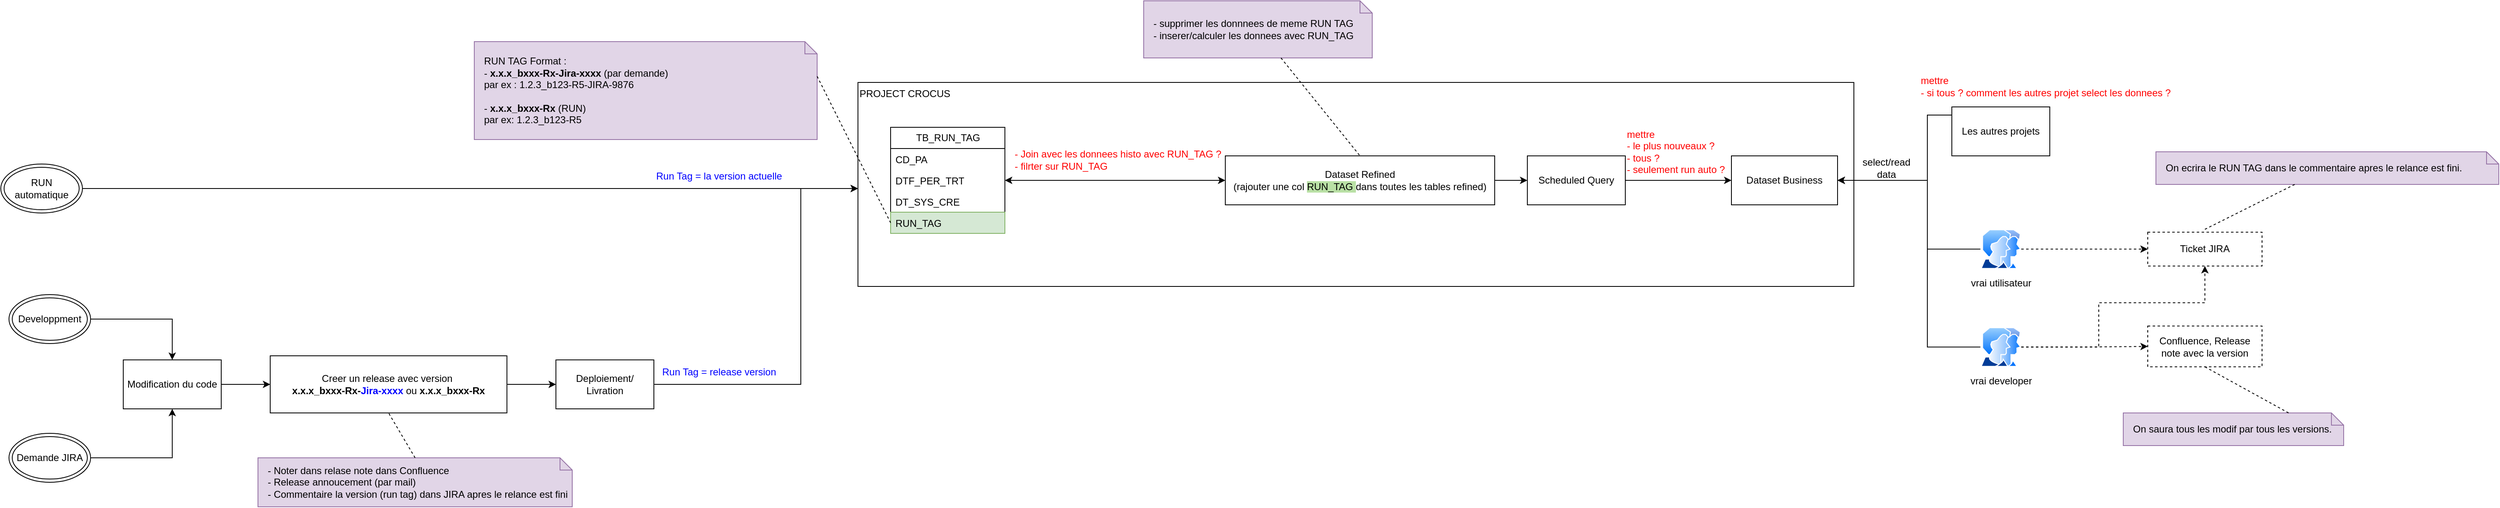
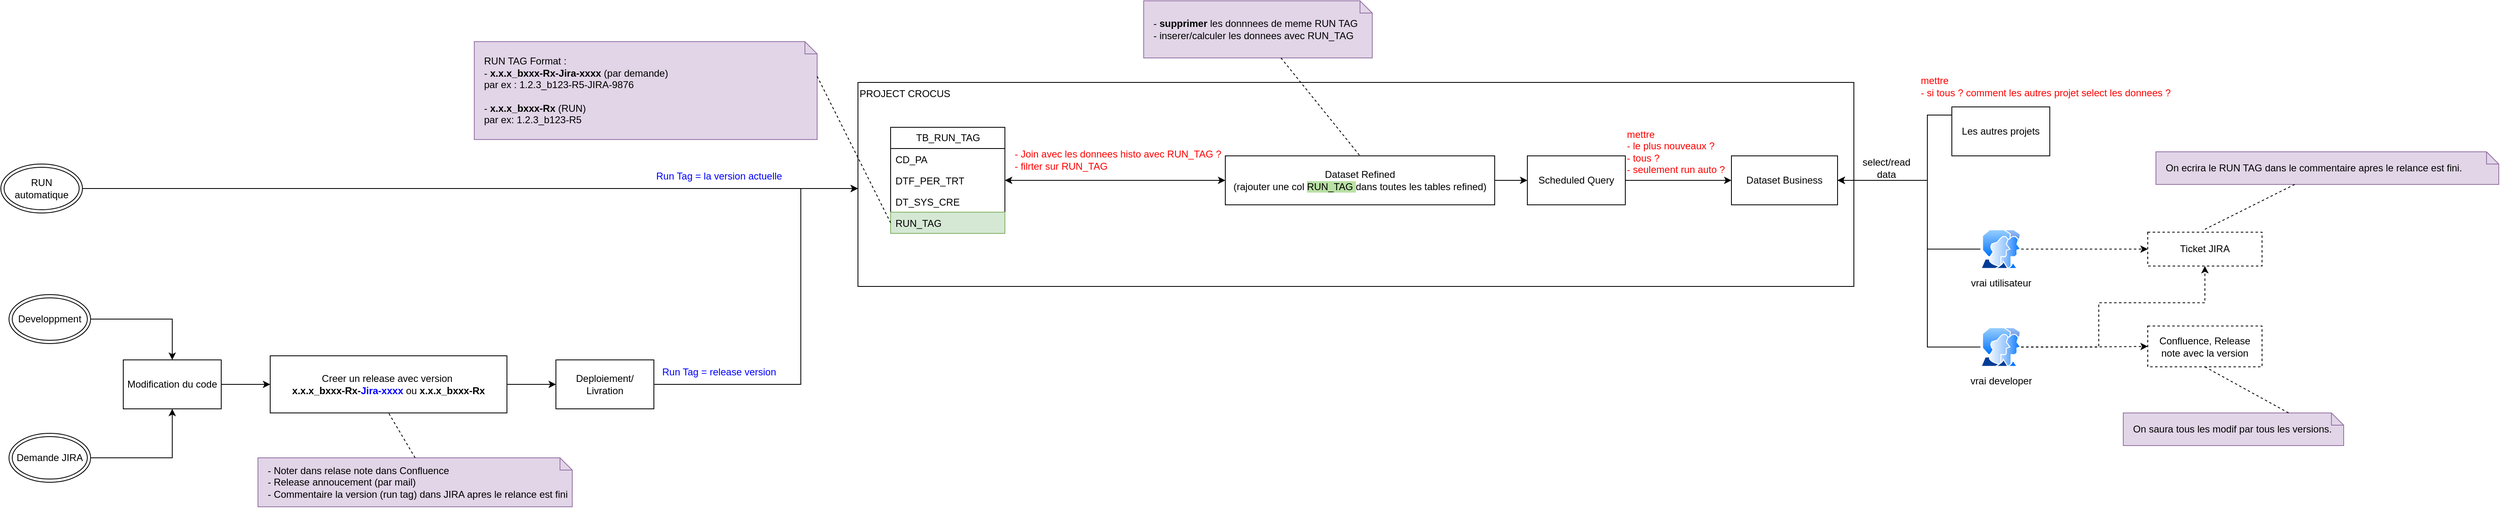
<mxfile host="app.diagrams.net">
  <diagram name="Page-1" id="bEAYSmEDHXBXhFzCy1HB">
    <mxGraphModel dx="2873" dy="1106" grid="1" gridSize="10" guides="1" tooltips="1" connect="1" arrows="1" fold="1" page="1" pageScale="1" pageWidth="827" pageHeight="1169" math="0" shadow="0">
      <root>
        <mxCell id="0" />
        <mxCell id="1" parent="0" />
        <mxCell id="QUzsFoNl6aFI_2ed8XXq-13" parent="1" style="rounded=0;whiteSpace=wrap;html=1;align=left;verticalAlign=top;" value="PROJECT CROCUS" vertex="1">
          <mxGeometry height="250" width="1220" x="380" y="140" as="geometry" />
        </mxCell>
        <mxCell id="QUzsFoNl6aFI_2ed8XXq-1" parent="1" style="swimlane;fontStyle=0;childLayout=stackLayout;horizontal=1;startSize=26;fillColor=none;horizontalStack=0;resizeParent=1;resizeParentMax=0;resizeLast=0;collapsible=1;marginBottom=0;html=1;" value="TB_RUN_TAG" vertex="1">
          <mxGeometry height="130" width="140" x="420" y="195" as="geometry" />
        </mxCell>
        <mxCell id="QUzsFoNl6aFI_2ed8XXq-2" parent="QUzsFoNl6aFI_2ed8XXq-1" style="text;strokeColor=none;fillColor=none;align=left;verticalAlign=top;spacingLeft=4;spacingRight=4;overflow=hidden;rotatable=0;points=[[0,0.5],[1,0.5]];portConstraint=eastwest;whiteSpace=wrap;html=1;" value="CD_PA" vertex="1">
          <mxGeometry height="26" width="140" y="26" as="geometry" />
        </mxCell>
        <mxCell id="QUzsFoNl6aFI_2ed8XXq-3" parent="QUzsFoNl6aFI_2ed8XXq-1" style="text;strokeColor=none;fillColor=none;align=left;verticalAlign=top;spacingLeft=4;spacingRight=4;overflow=hidden;rotatable=0;points=[[0,0.5],[1,0.5]];portConstraint=eastwest;whiteSpace=wrap;html=1;" value="DTF_PER_TRT" vertex="1">
          <mxGeometry height="26" width="140" y="52" as="geometry" />
        </mxCell>
        <mxCell id="QUzsFoNl6aFI_2ed8XXq-4" parent="QUzsFoNl6aFI_2ed8XXq-1" style="text;strokeColor=none;fillColor=none;align=left;verticalAlign=top;spacingLeft=4;spacingRight=4;overflow=hidden;rotatable=0;points=[[0,0.5],[1,0.5]];portConstraint=eastwest;whiteSpace=wrap;html=1;" value="DT_SYS_CRE" vertex="1">
          <mxGeometry height="26" width="140" y="78" as="geometry" />
        </mxCell>
        <mxCell id="QUzsFoNl6aFI_2ed8XXq-5" parent="QUzsFoNl6aFI_2ed8XXq-1" style="text;strokeColor=#82b366;fillColor=#d5e8d4;align=left;verticalAlign=top;spacingLeft=4;spacingRight=4;overflow=hidden;rotatable=0;points=[[0,0.5],[1,0.5]];portConstraint=eastwest;whiteSpace=wrap;html=1;" value="RUN_TAG" vertex="1">
          <mxGeometry height="26" width="140" y="104" as="geometry" />
        </mxCell>
        <mxCell id="QUzsFoNl6aFI_2ed8XXq-7" parent="1" style="shape=note;size=15;align=left;spacingLeft=10;html=1;whiteSpace=wrap;fillColor=#e1d5e7;strokeColor=#9673a6;" value="RUN TAG Format :&amp;nbsp;&lt;div&gt;- &lt;b&gt;x.x.x_bxxx-Rx-Jira-xxxx&lt;/b&gt; (par demande)&amp;nbsp;&lt;/div&gt;&lt;div&gt;par ex : 1.2.3_b123-R5-JIRA-9876&lt;/div&gt;&lt;div&gt;&lt;br&gt;&lt;/div&gt;&lt;div&gt;-&lt;b&gt; x.x.x_bxxx-Rx&lt;/b&gt; (RUN)&lt;/div&gt;&lt;div&gt;&lt;span style=&quot;background-color: transparent; color: light-dark(rgb(0, 0, 0), rgb(255, 255, 255));&quot;&gt;par ex: 1.2.3_b123-R5&lt;/span&gt;&lt;/div&gt;" vertex="1">
          <mxGeometry height="120" width="420" x="-90" y="90" as="geometry" />
        </mxCell>
        <mxCell id="QUzsFoNl6aFI_2ed8XXq-8" edge="1" parent="1" source="QUzsFoNl6aFI_2ed8XXq-7" style="edgeStyle=none;endArrow=none;exitX=0;exitY=0;dashed=1;html=1;rounded=0;entryX=0;entryY=0.5;entryDx=0;entryDy=0;exitDx=420;exitDy=42.5;exitPerimeter=0;" target="QUzsFoNl6aFI_2ed8XXq-5" value="">
          <mxGeometry relative="1" x="1" as="geometry">
            <mxPoint x="590" y="660" as="targetPoint" />
          </mxGeometry>
        </mxCell>
        <mxCell id="QUzsFoNl6aFI_2ed8XXq-10" parent="1" style="rounded=0;whiteSpace=wrap;html=1;dashed=1;" value="Confluence, Release note avec la v&lt;span style=&quot;background-color: transparent; color: light-dark(rgb(0, 0, 0), rgb(255, 255, 255));&quot;&gt;ersion&lt;/span&gt;" vertex="1">
          <mxGeometry height="50" width="140" x="1960" y="438.5" as="geometry" />
        </mxCell>
        <mxCell id="QUzsFoNl6aFI_2ed8XXq-11" parent="1" style="rounded=0;whiteSpace=wrap;html=1;dashed=1;" value="Ticket JIRA" vertex="1">
          <mxGeometry height="41.5" width="140" x="1960" y="323.5" as="geometry" />
        </mxCell>
        <mxCell id="QUzsFoNl6aFI_2ed8XXq-42" edge="1" parent="1" source="QUzsFoNl6aFI_2ed8XXq-12" style="edgeStyle=orthogonalEdgeStyle;rounded=0;orthogonalLoop=1;jettySize=auto;html=1;entryX=1;entryY=0.5;entryDx=0;entryDy=0;startArrow=classic;startFill=1;" target="QUzsFoNl6aFI_2ed8XXq-3">
          <mxGeometry relative="1" as="geometry" />
        </mxCell>
        <mxCell id="QUzsFoNl6aFI_2ed8XXq-50" edge="1" parent="1" source="QUzsFoNl6aFI_2ed8XXq-12" style="edgeStyle=orthogonalEdgeStyle;rounded=0;orthogonalLoop=1;jettySize=auto;html=1;" target="QUzsFoNl6aFI_2ed8XXq-46">
          <mxGeometry relative="1" as="geometry">
            <Array as="points" />
          </mxGeometry>
        </mxCell>
        <mxCell id="QUzsFoNl6aFI_2ed8XXq-12" parent="1" style="rounded=0;whiteSpace=wrap;html=1;" value="Dataset Refined&lt;div&gt;(rajouter une col &lt;span style=&quot;background-color: rgb(185, 224, 165);&quot;&gt;RUN_TAG &lt;/span&gt;dans toutes les tables refined)&lt;/div&gt;" vertex="1">
          <mxGeometry height="60" width="330" x="830" y="230" as="geometry" />
        </mxCell>
        <mxCell id="QUzsFoNl6aFI_2ed8XXq-27" edge="1" parent="1" source="QUzsFoNl6aFI_2ed8XXq-33" style="edgeStyle=orthogonalEdgeStyle;rounded=0;orthogonalLoop=1;jettySize=auto;html=1;entryX=0.5;entryY=0;entryDx=0;entryDy=0;" target="QUzsFoNl6aFI_2ed8XXq-23">
          <mxGeometry relative="1" as="geometry">
            <mxPoint x="-760" y="325" as="sourcePoint" />
          </mxGeometry>
        </mxCell>
        <mxCell id="QUzsFoNl6aFI_2ed8XXq-29" edge="1" parent="1" source="QUzsFoNl6aFI_2ed8XXq-34" style="edgeStyle=orthogonalEdgeStyle;rounded=0;orthogonalLoop=1;jettySize=auto;html=1;entryX=0.5;entryY=1;entryDx=0;entryDy=0;" target="QUzsFoNl6aFI_2ed8XXq-23">
          <mxGeometry relative="1" as="geometry">
            <mxPoint x="-820" y="785" as="sourcePoint" />
          </mxGeometry>
        </mxCell>
        <mxCell id="QUzsFoNl6aFI_2ed8XXq-19" parent="1" style="text;html=1;whiteSpace=wrap;strokeColor=none;fillColor=none;align=center;verticalAlign=middle;rounded=0;fontColor=#0000FF;" value="Run Tag = la version actuelle" vertex="1">
          <mxGeometry height="30" width="200" x="110" y="240" as="geometry" />
        </mxCell>
        <mxCell id="QUzsFoNl6aFI_2ed8XXq-28" edge="1" parent="1" source="QUzsFoNl6aFI_2ed8XXq-23" style="edgeStyle=orthogonalEdgeStyle;rounded=0;orthogonalLoop=1;jettySize=auto;html=1;" target="QUzsFoNl6aFI_2ed8XXq-25">
          <mxGeometry relative="1" as="geometry" />
        </mxCell>
        <mxCell id="QUzsFoNl6aFI_2ed8XXq-23" parent="1" style="rounded=0;whiteSpace=wrap;html=1;" value="Modification du code" vertex="1">
          <mxGeometry height="60" width="120" x="-520" y="480" as="geometry" />
        </mxCell>
        <mxCell id="QUzsFoNl6aFI_2ed8XXq-31" edge="1" parent="1" source="QUzsFoNl6aFI_2ed8XXq-24" style="edgeStyle=orthogonalEdgeStyle;rounded=0;orthogonalLoop=1;jettySize=auto;html=1;" target="QUzsFoNl6aFI_2ed8XXq-13">
          <mxGeometry relative="1" as="geometry">
            <Array as="points">
              <mxPoint x="310" y="510" />
              <mxPoint x="310" y="270" />
            </Array>
          </mxGeometry>
        </mxCell>
        <mxCell id="QUzsFoNl6aFI_2ed8XXq-24" parent="1" style="rounded=0;whiteSpace=wrap;html=1;" value="Deploiement/ Livration" vertex="1">
          <mxGeometry height="60" width="120" x="10" y="480" as="geometry" />
        </mxCell>
        <mxCell id="QUzsFoNl6aFI_2ed8XXq-30" edge="1" parent="1" source="QUzsFoNl6aFI_2ed8XXq-25" style="edgeStyle=orthogonalEdgeStyle;rounded=0;orthogonalLoop=1;jettySize=auto;html=1;entryX=0;entryY=0.5;entryDx=0;entryDy=0;" target="QUzsFoNl6aFI_2ed8XXq-24">
          <mxGeometry relative="1" as="geometry" />
        </mxCell>
        <mxCell id="QUzsFoNl6aFI_2ed8XXq-25" parent="1" style="rounded=0;whiteSpace=wrap;html=1;" value="Creer un release avec version&amp;nbsp;&lt;div&gt;&lt;span style=&quot;text-align: left;&quot;&gt;&lt;b&gt;x.x.x_bxxx-Rx-&lt;font style=&quot;color: rgb(0, 0, 255);&quot;&gt;Jira-xxxx&lt;/font&gt;&lt;/b&gt; ou&amp;nbsp;&lt;/span&gt;&lt;span style=&quot;text-align: left;&quot;&gt;&lt;b&gt;x.x.x_bxxx-Rx&lt;/b&gt;&lt;/span&gt;&lt;/div&gt;" vertex="1">
          <mxGeometry height="70" width="290" x="-340" y="475" as="geometry" />
        </mxCell>
        <mxCell id="QUzsFoNl6aFI_2ed8XXq-33" parent="1" style="ellipse;shape=doubleEllipse;whiteSpace=wrap;html=1;" value="Developpment" vertex="1">
          <mxGeometry height="60" width="100" x="-660" y="400" as="geometry" />
        </mxCell>
        <mxCell id="QUzsFoNl6aFI_2ed8XXq-34" parent="1" style="ellipse;shape=doubleEllipse;whiteSpace=wrap;html=1;" value="Demande JIRA" vertex="1">
          <mxGeometry height="60" width="100" x="-660" y="570" as="geometry" />
        </mxCell>
        <mxCell id="QUzsFoNl6aFI_2ed8XXq-36" edge="1" parent="1" source="QUzsFoNl6aFI_2ed8XXq-35" style="edgeStyle=orthogonalEdgeStyle;rounded=0;orthogonalLoop=1;jettySize=auto;html=1;" target="QUzsFoNl6aFI_2ed8XXq-13">
          <mxGeometry relative="1" as="geometry">
            <Array as="points">
              <mxPoint x="40" y="270" />
              <mxPoint x="40" y="270" />
            </Array>
          </mxGeometry>
        </mxCell>
        <mxCell id="QUzsFoNl6aFI_2ed8XXq-35" parent="1" style="ellipse;shape=doubleEllipse;whiteSpace=wrap;html=1;" value="RUN automatique" vertex="1">
          <mxGeometry height="60" width="100" x="-670" y="240" as="geometry" />
        </mxCell>
        <mxCell id="QUzsFoNl6aFI_2ed8XXq-37" parent="1" style="text;html=1;whiteSpace=wrap;strokeColor=none;fillColor=none;align=center;verticalAlign=middle;rounded=0;fontColor=#0000FF;" value="Run Tag = release version" vertex="1">
          <mxGeometry height="30" width="200" x="110" y="480" as="geometry" />
        </mxCell>
        <mxCell id="QUzsFoNl6aFI_2ed8XXq-38" parent="1" style="shape=note;size=15;align=left;spacingLeft=10;html=1;whiteSpace=wrap;fillColor=#e1d5e7;strokeColor=#9673a6;" value="- Noter dans relase note dans Confluence&lt;div&gt;- Release annoucement (par mail)&lt;/div&gt;&lt;div&gt;- Commentaire la version (run tag) dans JIRA apres le relance est fini&lt;/div&gt;" vertex="1">
          <mxGeometry height="60" width="385" x="-355" y="600" as="geometry" />
        </mxCell>
        <mxCell id="QUzsFoNl6aFI_2ed8XXq-39" edge="1" parent="1" source="QUzsFoNl6aFI_2ed8XXq-38" style="edgeStyle=none;endArrow=none;exitX=0.5;exitY=0;dashed=1;html=1;rounded=0;entryX=0.5;entryY=1;entryDx=0;entryDy=0;exitDx=0;exitDy=0;exitPerimeter=0;" target="QUzsFoNl6aFI_2ed8XXq-25" value="">
          <mxGeometry relative="1" x="1" as="geometry">
            <mxPoint x="710" y="660" as="sourcePoint" />
            <mxPoint x="762" y="510" as="targetPoint" />
          </mxGeometry>
        </mxCell>
-         <mxCell id="QUzsFoNl6aFI_2ed8XXq-40" parent="1" style="shape=note;size=15;align=left;spacingLeft=10;html=1;whiteSpace=wrap;fillColor=#e1d5e7;strokeColor=#9673a6;" value="- supprimer les donnnees de meme RUN TAG&lt;div&gt;- inserer/calculer les donnees avec RUN_TAG&lt;/div&gt;" vertex="1">
+         <mxCell id="QUzsFoNl6aFI_2ed8XXq-40" parent="1" style="shape=note;size=15;align=left;spacingLeft=10;html=1;whiteSpace=wrap;fillColor=#e1d5e7;strokeColor=#9673a6;" value="- &lt;b&gt;supprimer &lt;/b&gt;les donnnees de meme RUN TAG&lt;div&gt;- inserer/calculer les donnees avec RUN_TAG&lt;/div&gt;" vertex="1">
          <mxGeometry height="70" width="280" x="730" y="40" as="geometry" />
        </mxCell>
        <mxCell id="QUzsFoNl6aFI_2ed8XXq-41" edge="1" parent="1" source="QUzsFoNl6aFI_2ed8XXq-40" style="edgeStyle=none;endArrow=none;dashed=1;html=1;rounded=0;entryX=0.5;entryY=0;entryDx=0;entryDy=0;" target="QUzsFoNl6aFI_2ed8XXq-12" value="">
          <mxGeometry relative="1" x="1" as="geometry">
            <mxPoint x="720" y="650" as="sourcePoint" />
            <mxPoint x="772" y="500" as="targetPoint" />
          </mxGeometry>
        </mxCell>
        <mxCell id="QUzsFoNl6aFI_2ed8XXq-43" parent="1" style="text;html=1;whiteSpace=wrap;strokeColor=none;fillColor=none;align=left;verticalAlign=middle;rounded=0;" value="&lt;font style=&quot;color: rgb(255, 0, 0);&quot;&gt;- Join avec les donnees histo avec RUN_TAG ?&lt;/font&gt;&lt;div&gt;&lt;font style=&quot;color: rgb(255, 0, 0);&quot;&gt;- filrter sur RUN_TAG&lt;/font&gt;&lt;/div&gt;" vertex="1">
          <mxGeometry height="30" width="270" x="570" y="220" as="geometry" />
        </mxCell>
        <mxCell id="QUzsFoNl6aFI_2ed8XXq-45" parent="1" style="rounded=0;whiteSpace=wrap;html=1;" value="Dataset Business" vertex="1">
          <mxGeometry height="60" width="130" x="1450" y="230" as="geometry" />
        </mxCell>
        <mxCell id="QUzsFoNl6aFI_2ed8XXq-48" edge="1" parent="1" source="QUzsFoNl6aFI_2ed8XXq-46" style="edgeStyle=orthogonalEdgeStyle;rounded=0;orthogonalLoop=1;jettySize=auto;html=1;" target="QUzsFoNl6aFI_2ed8XXq-45">
          <mxGeometry relative="1" as="geometry" />
        </mxCell>
        <mxCell id="QUzsFoNl6aFI_2ed8XXq-46" parent="1" style="rounded=0;whiteSpace=wrap;html=1;" value="Scheduled Query" vertex="1">
          <mxGeometry height="60" width="120" x="1200" y="230" as="geometry" />
        </mxCell>
        <mxCell id="QUzsFoNl6aFI_2ed8XXq-51" parent="1" style="text;html=1;whiteSpace=wrap;strokeColor=none;fillColor=none;align=left;verticalAlign=middle;rounded=0;fontColor=#FF0000;" value="mettre&amp;nbsp;&lt;div&gt;- le plus nouveaux ?&lt;/div&gt;&lt;div&gt;- tous ?&lt;/div&gt;&lt;div&gt;- seulement run auto ?&lt;/div&gt;" vertex="1">
          <mxGeometry height="30" width="370" x="1320" y="210" as="geometry" />
        </mxCell>
        <mxCell id="QUzsFoNl6aFI_2ed8XXq-59" edge="1" parent="1" source="QUzsFoNl6aFI_2ed8XXq-52" style="edgeStyle=orthogonalEdgeStyle;rounded=0;orthogonalLoop=1;jettySize=auto;html=1;entryX=1;entryY=0.5;entryDx=0;entryDy=0;" target="QUzsFoNl6aFI_2ed8XXq-45">
          <mxGeometry relative="1" as="geometry">
            <Array as="points">
              <mxPoint x="1690" y="180" />
              <mxPoint x="1690" y="260" />
            </Array>
          </mxGeometry>
        </mxCell>
        <mxCell id="QUzsFoNl6aFI_2ed8XXq-52" parent="1" style="rounded=0;whiteSpace=wrap;html=1;" value="Les autres projets" vertex="1">
          <mxGeometry height="60" width="120" x="1720" y="170" as="geometry" />
        </mxCell>
        <mxCell id="QUzsFoNl6aFI_2ed8XXq-58" edge="1" parent="1" source="QUzsFoNl6aFI_2ed8XXq-57" style="edgeStyle=orthogonalEdgeStyle;rounded=0;orthogonalLoop=1;jettySize=auto;html=1;entryX=1;entryY=0.5;entryDx=0;entryDy=0;" target="QUzsFoNl6aFI_2ed8XXq-45">
          <mxGeometry relative="1" as="geometry">
            <Array as="points">
              <mxPoint x="1690" y="344" />
              <mxPoint x="1690" y="260" />
            </Array>
          </mxGeometry>
        </mxCell>
        <mxCell id="QUzsFoNl6aFI_2ed8XXq-65" edge="1" parent="1" source="QUzsFoNl6aFI_2ed8XXq-57" style="edgeStyle=orthogonalEdgeStyle;rounded=0;orthogonalLoop=1;jettySize=auto;html=1;dashed=1;" target="QUzsFoNl6aFI_2ed8XXq-11">
          <mxGeometry relative="1" as="geometry" />
        </mxCell>
        <mxCell id="QUzsFoNl6aFI_2ed8XXq-57" parent="1" style="image;aspect=fixed;perimeter=ellipsePerimeter;html=1;align=center;shadow=0;dashed=0;spacingTop=3;image=img/lib/active_directory/user_accounts.svg;" value="vrai utilisateur" vertex="1">
          <mxGeometry height="48.5" width="50" x="1755" y="320" as="geometry" />
        </mxCell>
        <mxCell id="QUzsFoNl6aFI_2ed8XXq-60" parent="1" style="text;html=1;whiteSpace=wrap;strokeColor=none;fillColor=none;align=center;verticalAlign=middle;rounded=0;" value="select/read data" vertex="1">
          <mxGeometry height="30" width="60" x="1610" y="230" as="geometry" />
        </mxCell>
        <mxCell id="QUzsFoNl6aFI_2ed8XXq-63" edge="1" parent="1" source="QUzsFoNl6aFI_2ed8XXq-62" style="edgeStyle=orthogonalEdgeStyle;rounded=0;orthogonalLoop=1;jettySize=auto;html=1;entryX=1;entryY=0.5;entryDx=0;entryDy=0;" target="QUzsFoNl6aFI_2ed8XXq-45">
          <mxGeometry relative="1" as="geometry">
            <Array as="points">
              <mxPoint x="1690" y="464" />
              <mxPoint x="1690" y="260" />
            </Array>
          </mxGeometry>
        </mxCell>
        <mxCell id="QUzsFoNl6aFI_2ed8XXq-66" edge="1" parent="1" source="QUzsFoNl6aFI_2ed8XXq-62" style="edgeStyle=orthogonalEdgeStyle;rounded=0;orthogonalLoop=1;jettySize=auto;html=1;dashed=1;" target="QUzsFoNl6aFI_2ed8XXq-10">
          <mxGeometry relative="1" as="geometry" />
        </mxCell>
        <mxCell id="QUzsFoNl6aFI_2ed8XXq-68" edge="1" parent="1" source="QUzsFoNl6aFI_2ed8XXq-62" style="edgeStyle=orthogonalEdgeStyle;rounded=0;orthogonalLoop=1;jettySize=auto;html=1;entryX=0.5;entryY=1;entryDx=0;entryDy=0;dashed=1;" target="QUzsFoNl6aFI_2ed8XXq-11">
          <mxGeometry relative="1" as="geometry">
            <Array as="points">
              <mxPoint x="1900" y="464" />
              <mxPoint x="1900" y="410" />
              <mxPoint x="2030" y="410" />
            </Array>
          </mxGeometry>
        </mxCell>
        <mxCell id="QUzsFoNl6aFI_2ed8XXq-62" parent="1" style="image;aspect=fixed;perimeter=ellipsePerimeter;html=1;align=center;shadow=0;dashed=0;spacingTop=3;image=img/lib/active_directory/user_accounts.svg;" value="vrai developer" vertex="1">
          <mxGeometry height="48.5" width="50" x="1755" y="440" as="geometry" />
        </mxCell>
        <mxCell id="QUzsFoNl6aFI_2ed8XXq-69" parent="1" style="shape=note;size=15;align=left;spacingLeft=10;html=1;whiteSpace=wrap;fillColor=#e1d5e7;strokeColor=#9673a6;" value="On ecrira le RUN TAG dans le commentaire apres le relance est fini." vertex="1">
          <mxGeometry height="40" width="420" x="1970" y="225" as="geometry" />
        </mxCell>
        <mxCell id="QUzsFoNl6aFI_2ed8XXq-70" edge="1" parent="1" source="QUzsFoNl6aFI_2ed8XXq-69" style="edgeStyle=none;endArrow=none;dashed=1;html=1;rounded=0;" value="">
          <mxGeometry relative="1" x="1" as="geometry">
            <mxPoint x="970" y="210" as="sourcePoint" />
            <mxPoint x="2030" y="320" as="targetPoint" />
          </mxGeometry>
        </mxCell>
        <mxCell id="QUzsFoNl6aFI_2ed8XXq-71" parent="1" style="shape=note;size=15;align=left;spacingLeft=10;html=1;whiteSpace=wrap;fillColor=#e1d5e7;strokeColor=#9673a6;" value="On saura tous les modif par tous les versions." vertex="1">
          <mxGeometry height="40" width="270" x="1930" y="545" as="geometry" />
        </mxCell>
        <mxCell id="QUzsFoNl6aFI_2ed8XXq-72" edge="1" parent="1" source="QUzsFoNl6aFI_2ed8XXq-71" style="edgeStyle=none;endArrow=none;dashed=1;html=1;rounded=0;entryX=0.5;entryY=1;entryDx=0;entryDy=0;exitX=0;exitY=0;exitDx=202.5;exitDy=0;exitPerimeter=0;" target="QUzsFoNl6aFI_2ed8XXq-10" value="">
          <mxGeometry relative="1" x="1" as="geometry">
            <mxPoint x="2180" y="470" as="sourcePoint" />
            <mxPoint x="2070" y="525" as="targetPoint" />
          </mxGeometry>
        </mxCell>
        <mxCell id="QUzsFoNl6aFI_2ed8XXq-73" parent="1" style="text;html=1;whiteSpace=wrap;strokeColor=none;fillColor=none;align=left;verticalAlign=middle;rounded=0;fontColor=#FF0000;" value="mettre&amp;nbsp;&lt;div&gt;&lt;span style=&quot;background-color: transparent; color: light-dark(rgb(255, 0, 0), rgb(255, 144, 144));&quot;&gt;- si tous ? comment les autres projet select les donnees ?&lt;/span&gt;&lt;/div&gt;" vertex="1">
          <mxGeometry height="30" width="370" x="1680" y="130" as="geometry" />
        </mxCell>
      </root>
    </mxGraphModel>
  </diagram>
</mxfile>
